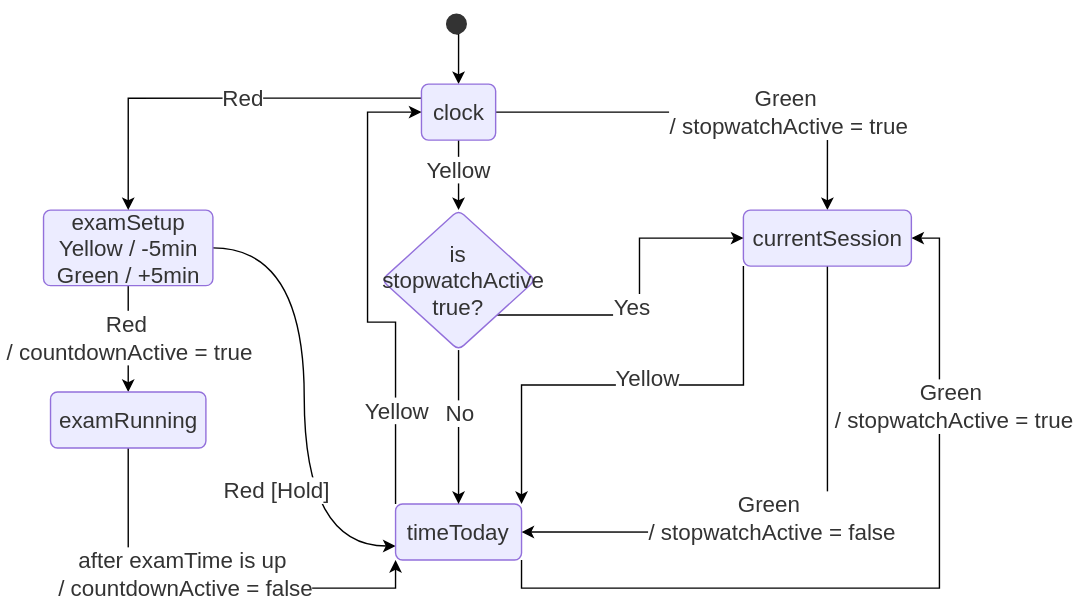
Above: state-diagram.drawio.svg in jamrock-shuffle/traffic-light-desk-timer (draw.io), before the change. Source tidied: cells renumbered, new cells last; positions are measured from the earlier drawing's top-left corner, leaving out a move shared by most shapes.
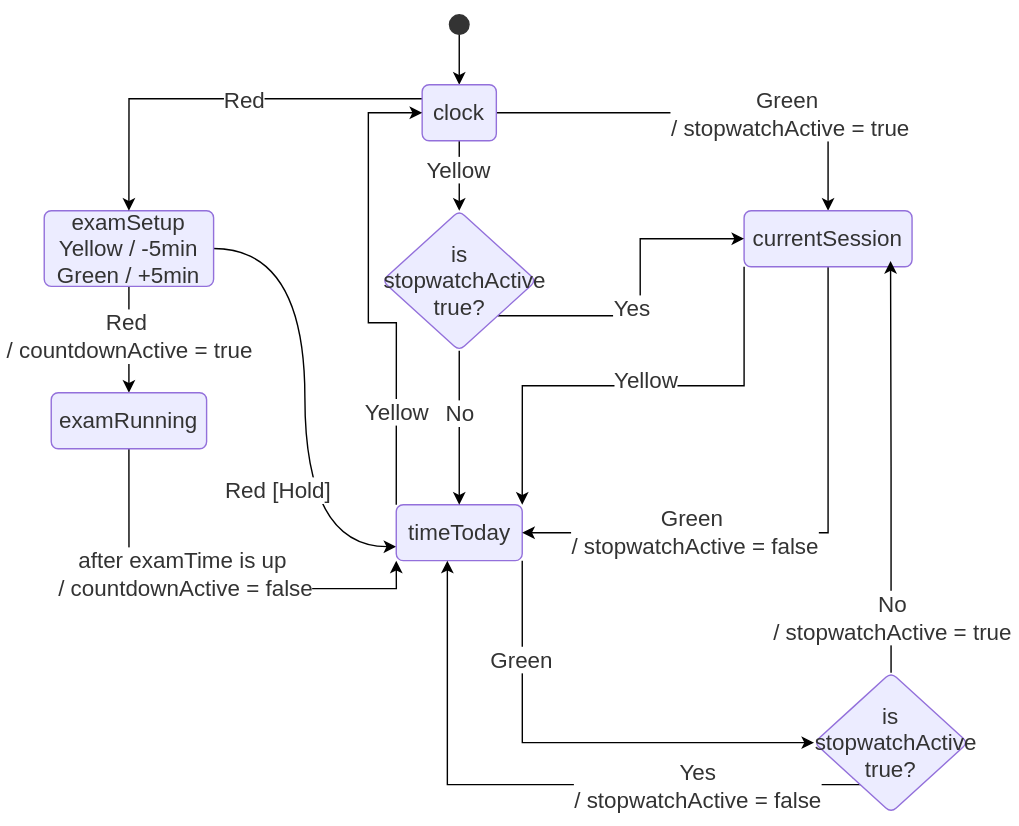
The same diagram one commit later.

Commit message:
Update state diagram

Change to the diagram source:
```diff
@@ -22,13 +22,17 @@
       </mxGeometry>
     </mxCell>
     <mxCell id="7" value="&lt;div&gt;examSetup&lt;/div&gt;&lt;div&gt;Yellow / -5min&lt;/div&gt;Green / +5min" style="rounded=1;absoluteArcSize=1;arcSize=10;html=1;whiteSpace=wrap;strokeWidth=1;fillColor=light-dark(#ECECFF,#1f2020);strokeColor=light-dark(#9370DB,#cccccc);fontColor=light-dark(#333333,#cccccc);fontFamily=Trebuchet MS,Verdana,Arial,sans-serif;fontSize=16;" parent="2" vertex="1">
-      <mxGeometry x="150" y="150" width="121" height="54" as="geometry" />
+      <mxGeometry x="40" y="150" width="121" height="54" as="geometry" />
     </mxCell>
     <mxCell id="8" style="edgeStyle=orthogonalEdgeStyle;rounded=0;jettySize=auto;html=1;exitX=0.5;exitY=1;exitDx=0;exitDy=0;entryX=0.5;entryY=0;entryDx=0;entryDy=0;" parent="2" edge="1" source="9" target="16">
-      <mxGeometry relative="1" as="geometry" />
+      <mxGeometry relative="1" as="geometry">
+        <Array as="points">
+          <mxPoint x="336.6" y="24" />
+        </Array>
+      </mxGeometry>
     </mxCell>
     <mxCell id="9" style="ellipse;html=1;fillColor=light-dark(#333333,#cccccc);strokeColor=light-dark(#333333,#cccccc);fontColor=light-dark(#333333,#cccccc);fontFamily=Trebuchet MS,Verdana,Arial,sans-serif;fontSize=16;" parent="2" vertex="1">
-      <mxGeometry x="438" y="10" width="14" height="14" as="geometry" />
+      <mxGeometry x="329.5" y="10" width="14" height="14" as="geometry" />
     </mxCell>
     <mxCell id="10" style="edgeStyle=orthogonalEdgeStyle;rounded=0;jettySize=auto;html=1;entryX=0.5;entryY=0;entryDx=0;entryDy=0;exitX=0;exitY=0.25;exitDx=0;exitDy=0;curved=0;" parent="2" edge="1" source="16" target="7">
       <mxGeometry relative="1" as="geometry" />
@@ -55,7 +59,7 @@
       </mxGeometry>
     </mxCell>
     <mxCell id="16" value="clock" style="rounded=1;absoluteArcSize=1;arcSize=10;html=1;whiteSpace=wrap;strokeWidth=1;fillColor=light-dark(#ECECFF,#1f2020);strokeColor=light-dark(#9370DB,#cccccc);fontColor=light-dark(#333333,#cccccc);fontFamily=Trebuchet MS,Verdana,Arial,sans-serif;fontSize=16;" parent="2" vertex="1">
-      <mxGeometry x="420" y="60" width="53" height="40" as="geometry" />
+      <mxGeometry x="310" y="60" width="53" height="40" as="geometry" />
     </mxCell>
     <mxCell id="17" style="edgeStyle=orthogonalEdgeStyle;rounded=0;jettySize=auto;html=1;exitX=0.5;exitY=1;exitDx=0;exitDy=0;fontFamily=Trebuchet MS,Verdana,Arial,sans-serif;fontSize=16;fontColor=light-dark(#333333,#cccccc);curved=0;entryX=0;entryY=1;entryDx=0;entryDy=0;" parent="2" edge="1" source="19" target="24">
       <mxGeometry relative="1" as="geometry" />
@@ -66,16 +70,11 @@
       </mxGeometry>
     </mxCell>
     <mxCell id="19" value="examRunning" style="rounded=1;absoluteArcSize=1;arcSize=10;html=1;whiteSpace=wrap;strokeWidth=1;fillColor=light-dark(#ECECFF,#1f2020);strokeColor=light-dark(#9370DB,#cccccc);fontColor=light-dark(#333333,#cccccc);fontFamily=Trebuchet MS,Verdana,Arial,sans-serif;fontSize=16;" parent="2" vertex="1">
-      <mxGeometry x="155" y="280" width="111" height="40" as="geometry" />
+      <mxGeometry x="45" y="280" width="111" height="40" as="geometry" />
     </mxCell>
-    <mxCell id="20" style="edgeStyle=orthogonalEdgeStyle;rounded=0;jettySize=auto;html=1;exitX=1;exitY=1;exitDx=0;exitDy=0;entryX=1;entryY=0.5;entryDx=0;entryDy=0;fontFamily=Trebuchet MS,Verdana,Arial,sans-serif;fontSize=16;fontColor=light-dark(#333333,#cccccc);curved=0;" parent="2" edge="1" source="24" target="29">
+    <mxCell id="20" style="edgeStyle=orthogonalEdgeStyle;rounded=0;jettySize=auto;html=1;exitX=1;exitY=1;exitDx=0;exitDy=0;entryX=0;entryY=0.5;entryDx=0;entryDy=0;fontFamily=Trebuchet MS,Verdana,Arial,sans-serif;fontSize=16;fontColor=light-dark(#333333,#cccccc);curved=0;" parent="2" edge="1" source="24" target="38">
       <mxGeometry relative="1" as="geometry" />
     </mxCell>
-    <mxCell id="21" value="&lt;div&gt;Green&amp;nbsp;&lt;/div&gt;&lt;div&gt;/ stopwatchActive = true&lt;/div&gt;" style="edgeLabel;html=1;align=center;verticalAlign=middle;fontFamily=Trebuchet MS,Verdana,Arial,sans-serif;fontSize=16;fontColor=light-dark(#333333,#cccccc);" parent="20" vertex="1">
-      <mxGeometry x="-0.24" y="2" relative="1" as="geometry">
-        <mxPoint x="105" y="-128" as="offset" />
-      </mxGeometry>
-    </mxCell>
     <mxCell id="22" style="edgeStyle=orthogonalEdgeStyle;rounded=0;jettySize=auto;html=1;exitX=0;exitY=0;exitDx=0;exitDy=0;entryX=0;entryY=0.5;entryDx=0;entryDy=0;fontFamily=Trebuchet MS,Verdana,Arial,sans-serif;fontSize=16;fontColor=light-dark(#333333,#cccccc);curved=0;" parent="2" edge="1" source="24" target="16">
       <mxGeometry relative="1" as="geometry" />
     </mxCell>
@@ -85,7 +84,7 @@
       </mxGeometry>
     </mxCell>
     <mxCell id="24" value="timeToday" style="rounded=1;absoluteArcSize=1;arcSize=10;html=1;whiteSpace=wrap;strokeWidth=1;fillColor=light-dark(#ECECFF,#1f2020);strokeColor=light-dark(#9370DB,#cccccc);fontColor=light-dark(#333333,#cccccc);fontFamily=Trebuchet MS,Verdana,Arial,sans-serif;fontSize=16;" parent="2" vertex="1">
-      <mxGeometry x="401.5" y="360" width="90" height="40" as="geometry" />
+      <mxGeometry x="291.5" y="360" width="90" height="40" as="geometry" />
     </mxCell>
     <mxCell id="25" style="edgeStyle=orthogonalEdgeStyle;rounded=0;jettySize=auto;html=1;exitX=0;exitY=1;exitDx=0;exitDy=0;entryX=1;entryY=0;entryDx=0;entryDy=0;fontFamily=Trebuchet MS,Verdana,Arial,sans-serif;fontSize=16;fontColor=light-dark(#333333,#cccccc);curved=0;" parent="2" edge="1" source="29" target="24">
       <mxGeometry relative="1" as="geometry" />
@@ -98,13 +97,16 @@
     <mxCell id="27" style="edgeStyle=orthogonalEdgeStyle;rounded=0;jettySize=auto;html=1;exitX=0.5;exitY=1;exitDx=0;exitDy=0;fontFamily=Trebuchet MS,Verdana,Arial,sans-serif;fontSize=16;fontColor=light-dark(#333333,#cccccc);curved=0;entryX=1;entryY=0.5;entryDx=0;entryDy=0;" parent="2" edge="1" source="29" target="24">
       <mxGeometry relative="1" as="geometry" />
     </mxCell>
-    <mxCell id="28" value="&lt;div&gt;Green&amp;nbsp;&lt;/div&gt;&lt;div&gt;/ stopwatchActive = false&lt;/div&gt;" style="edgeLabel;html=1;align=center;verticalAlign=middle;fontFamily=Trebuchet MS,Verdana,Arial,sans-serif;fontSize=16;fontColor=light-dark(#333333,#cccccc);" parent="27" vertex="1">
+    <mxCell id="28" value="&lt;div&gt;Green&lt;/div&gt;" style="edgeLabel;html=1;align=center;verticalAlign=middle;fontFamily=Trebuchet MS,Verdana,Arial,sans-serif;fontSize=16;fontColor=light-dark(#333333,#cccccc);" parent="27" vertex="1">
       <mxGeometry x="0.03" y="-1" relative="1" as="geometry">
-        <mxPoint x="-19" y="-9" as="offset" />
+        <mxPoint x="-199" y="91" as="offset" />
       </mxGeometry>
     </mxCell>
+    <mxCell id="35" value="&lt;div&gt;Green&amp;nbsp;&lt;/div&gt;&lt;div&gt;/ stopwatchActive = false&lt;/div&gt;" style="edgeLabel;html=1;align=center;verticalAlign=middle;fontFamily=Trebuchet MS,Verdana,Arial,sans-serif;fontSize=16;fontColor=light-dark(#333333,#cccccc);" parent="27" vertex="1">
+      <mxGeometry x="0.4" y="-1" relative="1" as="geometry" />
+    </mxCell>
     <mxCell id="29" value="currentSession" style="rounded=1;absoluteArcSize=1;arcSize=10;html=1;whiteSpace=wrap;strokeWidth=1;fillColor=light-dark(#ECECFF,#1f2020);strokeColor=light-dark(#9370DB,#cccccc);fontColor=light-dark(#333333,#cccccc);fontFamily=Trebuchet MS,Verdana,Arial,sans-serif;fontSize=16;" parent="2" vertex="1">
-      <mxGeometry x="650" y="150" width="120" height="40" as="geometry" />
+      <mxGeometry x="540" y="150" width="120" height="40" as="geometry" />
     </mxCell>
     <mxCell id="30" style="edgeStyle=orthogonalEdgeStyle;rounded=0;jettySize=auto;html=1;exitX=0.5;exitY=1;exitDx=0;exitDy=0;fontFamily=Trebuchet MS,Verdana,Arial,sans-serif;fontSize=16;fontColor=light-dark(#333333,#cccccc);curved=0;entryX=0.5;entryY=0;entryDx=0;entryDy=0;" parent="2" edge="1" source="34" target="24">
       <mxGeometry relative="1" as="geometry" />
@@ -121,7 +123,31 @@
       </mxGeometry>
     </mxCell>
     <mxCell id="34" value="is stopwatchActive true?&lt;div&gt;&lt;br/&gt;&lt;/div&gt;" style="rhombus;whiteSpace=wrap;html=1;shapeInside=1;rounded=1;strokeColor=light-dark(#9370DB,#cccccc);strokeWidth=1;align=center;verticalAlign=middle;arcSize=10;absoluteArcSize=1;fontFamily=Trebuchet MS,Verdana,Arial,sans-serif;fontSize=16;fontColor=light-dark(#333333,#cccccc);fillColor=light-dark(#ECECFF,#1f2020);" parent="2" vertex="1">
-      <mxGeometry x="391.5" y="150" width="110" height="100" as="geometry" />
+      <mxGeometry x="281.5" y="150" width="110" height="100" as="geometry" />
     </mxCell>
+    <mxCell id="36" style="edgeStyle=orthogonalEdgeStyle;rounded=0;jettySize=auto;html=1;exitX=0;exitY=1;exitDx=0;exitDy=0;entryX=0.25;entryY=1;entryDx=0;entryDy=0;fontFamily=Trebuchet MS,Verdana,Arial,sans-serif;fontSize=16;fontColor=light-dark(#333333,#cccccc);" parent="2" edge="1" source="38">
+      <mxGeometry relative="1" as="geometry">
+        <mxPoint x="328" y="400" as="targetPoint" />
+        <Array as="points">
+          <mxPoint x="659" y="555" />
+          <mxPoint x="659" y="560" />
+          <mxPoint x="328" y="560" />
+        </Array>
+      </mxGeometry>
+    </mxCell>
+    <mxCell id="37" value="&lt;div&gt;Yes&lt;/div&gt;&lt;div&gt;/ stopwatchActive = false&lt;/div&gt;" style="edgeLabel;html=1;align=center;verticalAlign=middle;fontFamily=Trebuchet MS,Verdana,Arial,sans-serif;fontSize=16;fontColor=light-dark(#333333,#cccccc);" parent="36" vertex="1">
+      <mxGeometry x="-0.26" relative="1" as="geometry" />
+    </mxCell>
+    <mxCell id="38" value="is stopwatchActive true?&lt;div&gt;&lt;br&gt;&lt;/div&gt;" style="rhombus;whiteSpace=wrap;html=1;shapeInside=1;rounded=1;strokeColor=light-dark(#9370DB,#cccccc);strokeWidth=1;align=center;verticalAlign=middle;arcSize=10;absoluteArcSize=1;fontFamily=Trebuchet MS,Verdana,Arial,sans-serif;fontSize=16;fontColor=light-dark(#333333,#cccccc);fillColor=light-dark(#ECECFF,#1f2020);" parent="2" vertex="1">
+      <mxGeometry x="590" y="480" width="110" height="100" as="geometry" />
+    </mxCell>
+    <mxCell id="39" style="edgeStyle=orthogonalEdgeStyle;rounded=0;jettySize=auto;html=1;exitX=0.5;exitY=0;exitDx=0;exitDy=0;entryX=0.872;entryY=0.899;entryDx=0;entryDy=0;entryPerimeter=0;fontFamily=Trebuchet MS,Verdana,Arial,sans-serif;fontSize=16;fontColor=light-dark(#333333,#cccccc);" parent="2" edge="1" source="38" target="29">
+      <mxGeometry relative="1" as="geometry" />
+    </mxCell>
+    <mxCell id="40" value="&lt;div&gt;No&lt;/div&gt;&lt;div&gt;/ stopwatchActive = true&lt;/div&gt;" style="edgeLabel;html=1;align=center;verticalAlign=middle;fontFamily=Trebuchet MS,Verdana,Arial,sans-serif;fontSize=16;fontColor=light-dark(#333333,#cccccc);" parent="39" vertex="1">
+      <mxGeometry x="-0.11" y="-1" relative="1" as="geometry">
+        <mxPoint x="-1" y="93" as="offset" />
+      </mxGeometry>
+    </mxCell>
   </root>
 </mxGraphModel>
```
